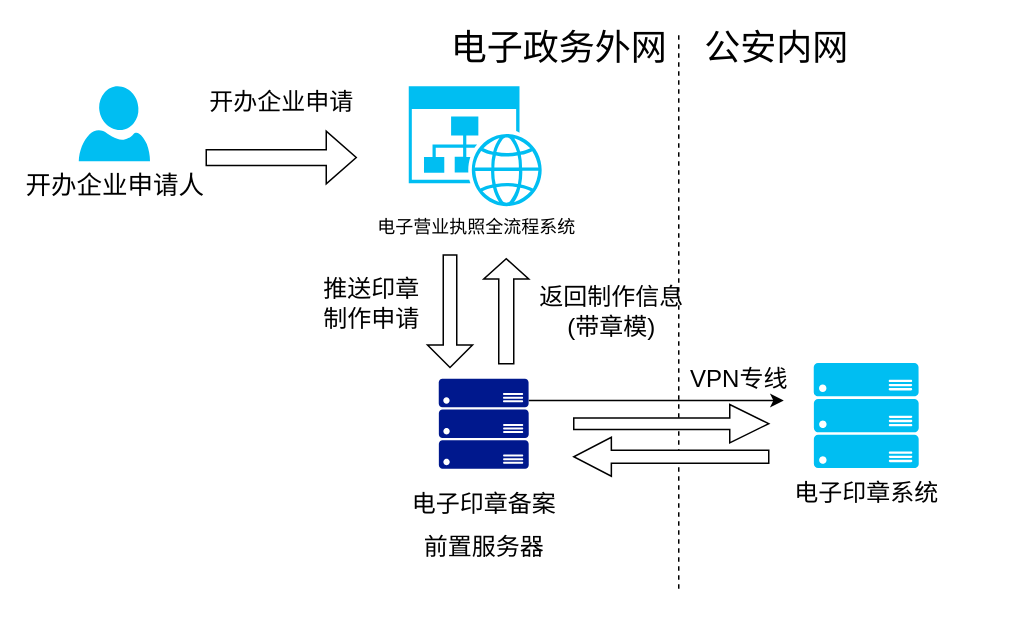
This is page "企业印章申请" (3 of 4) of Untitled Diagram.drawio from guoqingshan2020/draw, a draw.io file, before an edit. Source tidied: cells renumbered, new cells numbered last; positions are measured from the earlier drawing's top-left corner, leaving out a move shared by most shapes. Both pictures are drawn from the tidied source at 150%, with x=0, y=0 at pixel (78, 26).
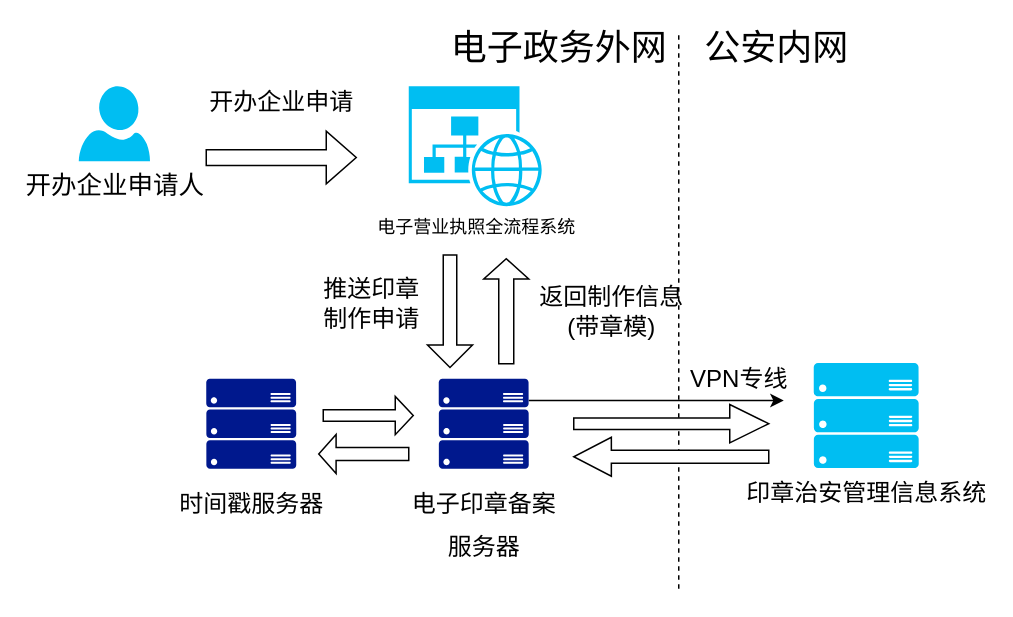
The same diagram, later.

Diff of the diagram source:
```diff
@@
-    <mxCell id="11" value="电子印章系统" style="verticalLabelPosition=bottom;html=1;verticalAlign=top;align=center;strokeColor=none;fillColor=#00BEF2;shape=mxgraph.azure.server_rack;fontSize=16;" parent="1" vertex="1">
+    <mxCell id="11" value="印章治安管理信息系统" style="verticalLabelPosition=bottom;html=1;verticalAlign=top;align=center;strokeColor=none;fillColor=#00BEF2;shape=mxgraph.azure.server_rack;fontSize=16;" parent="1" vertex="1">
       <mxGeometry x="490" y="224.5" width="70" height="70" as="geometry" />
     </mxCell>
@@
-    <mxCell id="14" value="&lt;span style=&quot;font-size: 16px&quot;&gt;电子印章备案&lt;/span&gt;&lt;br style=&quot;font-size: 16px&quot;&gt;&lt;span style=&quot;font-size: 16px&quot;&gt;前置服务器&lt;/span&gt;" style="shadow=0;dashed=0;html=1;strokeColor=none;labelPosition=center;verticalLabelPosition=bottom;verticalAlign=top;align=center;fillColor=#00188D;shape=mxgraph.azure.server_rack;fontSize=24;" parent="1" vertex="1">
+    <mxCell id="14" value="&lt;span style=&quot;font-size: 16px&quot;&gt;电子印章备案&lt;/span&gt;&lt;br style=&quot;font-size: 16px&quot;&gt;&lt;span style=&quot;font-size: 16px&quot;&gt;服务器&lt;/span&gt;" style="shadow=0;dashed=0;html=1;strokeColor=none;labelPosition=center;verticalLabelPosition=bottom;verticalAlign=top;align=center;fillColor=#00188D;shape=mxgraph.azure.server_rack;fontSize=24;" parent="1" vertex="1">
       <mxGeometry x="240" y="235" width="60" height="60" as="geometry" />
     </mxCell>
@@
+    <mxCell id="19" value="&lt;span style=&quot;font-size: 16px&quot;&gt;时间戳服务器&lt;/span&gt;" style="shadow=0;dashed=0;html=1;strokeColor=none;labelPosition=center;verticalLabelPosition=bottom;verticalAlign=top;align=center;fillColor=#00188D;shape=mxgraph.azure.server_rack;fontSize=24;" parent="1" vertex="1">
+      <mxGeometry x="85" y="235" width="60" height="60" as="geometry" />
+    </mxCell>
+    <mxCell id="20" style="shape=singleArrow;whiteSpace=wrap;html=1;fontSize=20;" parent="1" vertex="1">
+      <mxGeometry x="163" y="246.8" width="60" height="25.5" as="geometry" />
+    </mxCell>
+    <mxCell id="21" style="shape=singleArrow;direction=west;whiteSpace=wrap;html=1;fontSize=20;arrowWidth=0.3333333333333333;arrowSize=0.19285714285714287;rotation=0;" parent="1" vertex="1">
+      <mxGeometry x="160" y="272.2" width="60" height="26" as="geometry" />
+    </mxCell>
```
